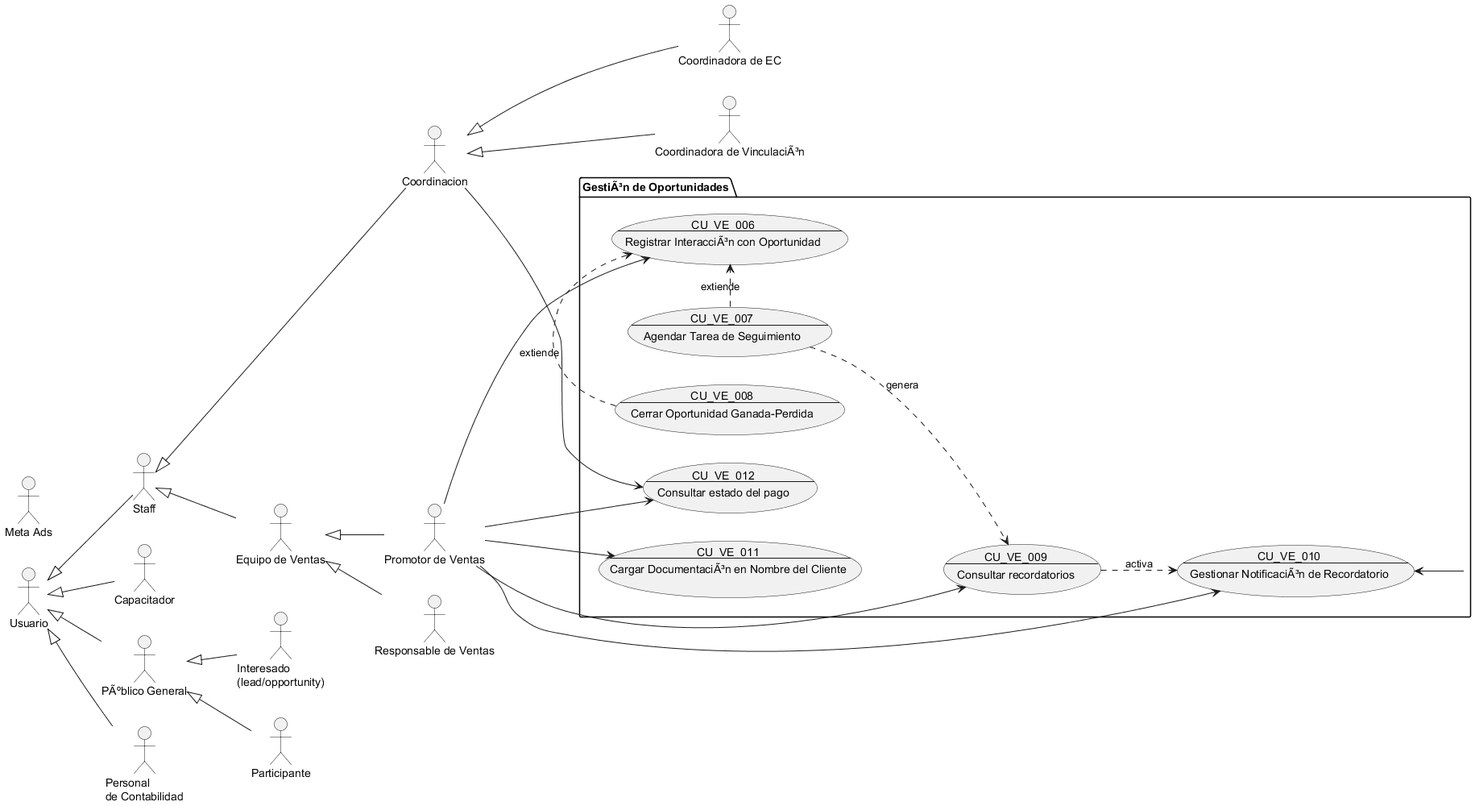
Earlier version of the PlantUML export Docs/Requerimientos/Diagramas/img/Gestión de Oportunidades.png (Proyectos-Vinculacion-FMAT/ECFCA).
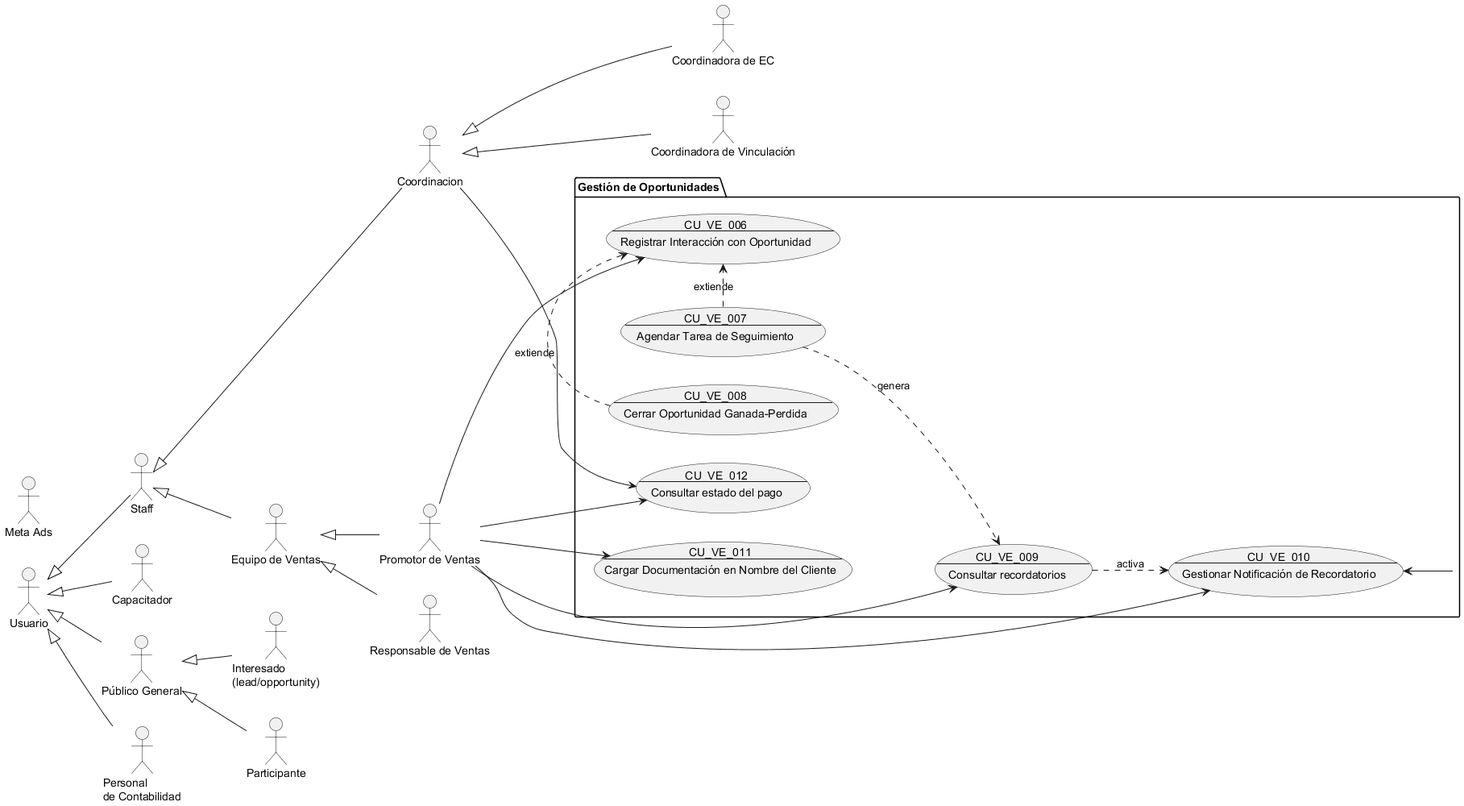
The same diagram one commit later.

What changed in the source:
```diff
@@ -1,12 +1,12 @@
-@startuml GestiÃ³n de Oportunidades
+@startuml Gestión de Oportunidades
 
 !include Actores.puml
 
-package "GestiÃ³n de Oportunidades" {
+package "Gestión de Oportunidades" {
     usecase CU_VE_006 as "
     CU_VE_006
     ---
-    Registrar InteracciÃ³n con Oportunidad"
+    Registrar Interacción con Oportunidad"
 
     usecase CU_VE_007 as "
     CU_VE_007
@@ -19,7 +19,7 @@
     usecase CU_VE_010 as "
     CU_VE_010
     ---
-    Gestionar NotificaciÃ³n de Recordatorio"
+    Gestionar Notificación de Recordatorio"
 
     usecase CU_VE_008 as "
     CU_VE_008
@@ -28,7 +28,7 @@
     usecase CU_VE_011 as "
     CU_VE_011
     ---
-    Cargar DocumentaciÃ³n en Nombre del Cliente"
+    Cargar Documentación en Nombre del Cliente"
     usecase CU_VE_012 as "
     CU_VE_012
     ---
@@ -43,7 +43,7 @@
 
 Coordinacion --> CU_VE_012
 
-CU_VE_010 <-- "GestiÃ³n de Oportunidades"
+CU_VE_010 <-- "Gestión de Oportunidades"
 
 CU_VE_007 .> CU_VE_006 : extiende
 CU_VE_008 .> CU_VE_006 : extiende
```
